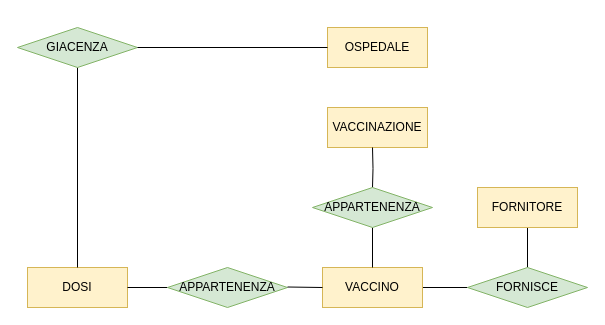
Earlier version of the draw.io diagram report/Diagrammi E-R/3.drawio (luigi-borriello00/Vaccinations-Tracker). Source tidied: cells renumbered, new cells numbered last; positions are measured from the earlier drawing's top-left corner, leaving out a move shared by most shapes. Both pictures are drawn from the tidied source at 100%, with x=0, y=0 at pixel (17, 27).
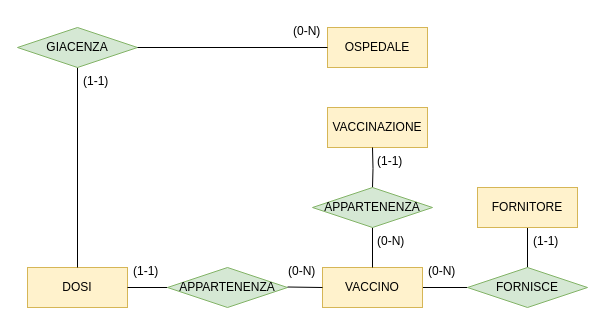
Above is the later version.

The edit, as a diff of the source:
```diff
@@
+    <mxCell id="19" value="(0-N)" style="text;strokeColor=none;fillColor=none;spacingLeft=4;spacingRight=4;overflow=hidden;fontSize=12;" parent="1" vertex="1">
+      <mxGeometry x="270" y="-10" width="40" height="30" as="geometry" />
+    </mxCell>
+    <mxCell id="20" value="(1-1)" style="text;strokeColor=none;fillColor=none;spacingLeft=4;spacingRight=4;overflow=hidden;fontSize=12;" parent="1" vertex="1">
+      <mxGeometry x="60" y="40" width="40" height="30" as="geometry" />
+    </mxCell>
+    <mxCell id="21" value="(1-1)" style="text;strokeColor=none;fillColor=none;spacingLeft=4;spacingRight=4;overflow=hidden;fontSize=12;" parent="1" vertex="1">
+      <mxGeometry x="110" y="230" width="40" height="30" as="geometry" />
+    </mxCell>
+    <mxCell id="22" value="(0-N)" style="text;strokeColor=none;fillColor=none;spacingLeft=4;spacingRight=4;overflow=hidden;fontSize=12;" parent="1" vertex="1">
+      <mxGeometry x="265" y="230" width="40" height="30" as="geometry" />
+    </mxCell>
+    <mxCell id="23" value="(0-N)" style="text;strokeColor=none;fillColor=none;spacingLeft=4;spacingRight=4;overflow=hidden;fontSize=12;" parent="1" vertex="1">
+      <mxGeometry x="405" y="230" width="40" height="30" as="geometry" />
+    </mxCell>
+    <mxCell id="24" value="(1-1)" style="text;strokeColor=none;fillColor=none;spacingLeft=4;spacingRight=4;overflow=hidden;fontSize=12;" parent="1" vertex="1">
+      <mxGeometry x="510" y="200" width="40" height="30" as="geometry" />
+    </mxCell>
+    <mxCell id="25" value="(1-1)" style="text;strokeColor=none;fillColor=none;spacingLeft=4;spacingRight=4;overflow=hidden;fontSize=12;" parent="1" vertex="1">
+      <mxGeometry x="354" y="120" width="40" height="30" as="geometry" />
+    </mxCell>
+    <mxCell id="26" value="(0-N)" style="text;strokeColor=none;fillColor=none;spacingLeft=4;spacingRight=4;overflow=hidden;fontSize=12;" parent="1" vertex="1">
+      <mxGeometry x="354" y="200" width="40" height="30" as="geometry" />
+    </mxCell>
```
